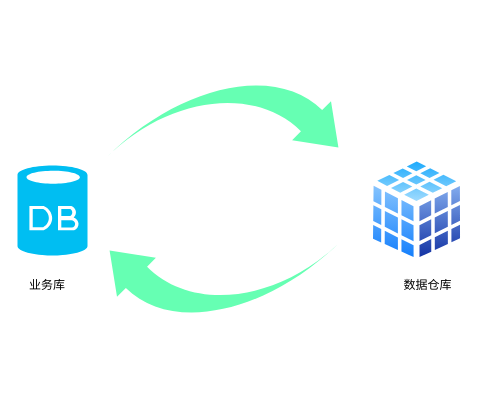
Earlier version of the draw.io diagram page "数据同步范畴" (1 of 3) of 数据同步范畴.drawio (wangbin2188/draw). Source tidied: cells renumbered, new cells numbered last; positions are measured from the earlier drawing's top-left corner, leaving out a move shared by most shapes. Both pictures are drawn from the tidied source at 100%, with x=0, y=0 at pixel (17, 43).
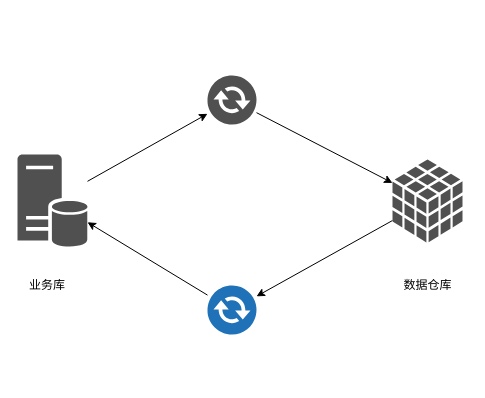
The same page after the edit.

Diff of the diagram source:
```diff
@@
 <mxGraphModel>
   <root>
     <mxCell id="0" />
     <mxCell id="1" parent="0" />
-    <mxCell id="2" style="verticalLabelPosition=bottom;html=1;verticalAlign=top;align=center;strokeColor=none;fillColor=#00BEF2;shape=mxgraph.azure.database;" parent="1" vertex="1">
-      <mxGeometry y="122" width="70" height="90" as="geometry" />
-    </mxCell>
-    <mxCell id="3" style="perimeter=ellipsePerimeter;html=1;align=center;shadow=0;dashed=0;spacingTop=3;image;image=img/lib/active_directory/database_cube.svg;" parent="1" vertex="1">
-      <mxGeometry x="350" y="112" width="99" height="110" as="geometry" />
-    </mxCell>
-    <mxCell id="4" style="html=1;shadow=0;dashed=0;align=center;verticalAlign=middle;shape=mxgraph.arrows2.jumpInArrow;dy=15;dx=38;arrowHead=55;rotation=45;strokeColor=none;fillColor=#66FFB3;" parent="1" vertex="1">
-      <mxGeometry x="136" width="157" height="199" as="geometry" />
-    </mxCell>
-    <mxCell id="5" style="html=1;shadow=0;dashed=0;align=center;verticalAlign=middle;shape=mxgraph.arrows2.jumpInArrow;dy=15;dx=38;arrowHead=55;rotation=225;strokeColor=none;fillColor=#66FFB3;" parent="1" vertex="1">
-      <mxGeometry x="120" y="112" width="157" height="199" as="geometry" />
-    </mxCell>
     <mxCell id="6" value="业务库" style="text;html=1;strokeColor=none;fillColor=none;align=center;verticalAlign=middle;whiteSpace=wrap;rounded=0;" parent="1" vertex="1">
       <mxGeometry y="232" width="60" height="20" as="geometry" />
     </mxCell>
     <mxCell id="7" value="数据仓库" style="text;html=1;strokeColor=none;fillColor=none;align=center;verticalAlign=middle;whiteSpace=wrap;rounded=0;" parent="1" vertex="1">
       <mxGeometry x="370" y="232" width="81" height="20" as="geometry" />
     </mxCell>
+    <mxCell id="8" style="edgeStyle=none;rounded=0;jettySize=auto;html=1;" parent="1" edge="1" source="9" target="15">
+      <mxGeometry relative="1" as="geometry" />
+    </mxCell>
+    <mxCell id="9" style="shadow=0;dashed=0;html=1;strokeColor=none;fillColor=#505050;labelPosition=center;verticalLabelPosition=bottom;verticalAlign=top;outlineConnect=0;align=center;shape=mxgraph.office.databases.database_cube;" parent="1" vertex="1">
+      <mxGeometry x="375" y="116" width="70" height="83" as="geometry" />
+    </mxCell>
+    <mxCell id="10" style="rounded=0;jettySize=auto;html=1;" parent="1" edge="1" source="11" target="13">
+      <mxGeometry relative="1" as="geometry" />
+    </mxCell>
+    <mxCell id="11" style="shadow=0;dashed=0;html=1;strokeColor=none;fillColor=#505050;labelPosition=center;verticalLabelPosition=bottom;verticalAlign=top;outlineConnect=0;align=center;shape=mxgraph.office.databases.database_server;" parent="1" vertex="1">
+      <mxGeometry y="111.1" width="70" height="92.8" as="geometry" />
+    </mxCell>
+    <mxCell id="12" style="rounded=0;jettySize=auto;html=1;" parent="1" edge="1" source="13" target="9">
+      <mxGeometry relative="1" as="geometry" />
+    </mxCell>
+    <mxCell id="13" style="shadow=0;dashed=0;html=1;strokeColor=none;fillColor=#505050;labelPosition=center;verticalLabelPosition=bottom;verticalAlign=top;outlineConnect=0;align=center;shape=mxgraph.office.communications.exchange_active_sync;" parent="1" vertex="1">
+      <mxGeometry x="190" y="32" width="49" height="49" as="geometry" />
+    </mxCell>
+    <mxCell id="14" style="edgeStyle=none;rounded=0;jettySize=auto;html=1;" parent="1" edge="1" source="15" target="11">
+      <mxGeometry relative="1" as="geometry" />
+    </mxCell>
+    <mxCell id="15" style="shadow=0;dashed=0;html=1;strokeColor=none;fillColor=#505050;labelPosition=center;verticalLabelPosition=bottom;verticalAlign=top;outlineConnect=0;align=center;shape=mxgraph.office.communications.exchange_active_sync;fillColor=#2072B8;" parent="1" vertex="1">
+      <mxGeometry x="190" y="242" width="49" height="49" as="geometry" />
+    </mxCell>
   </root>
 </mxGraphModel>
```
